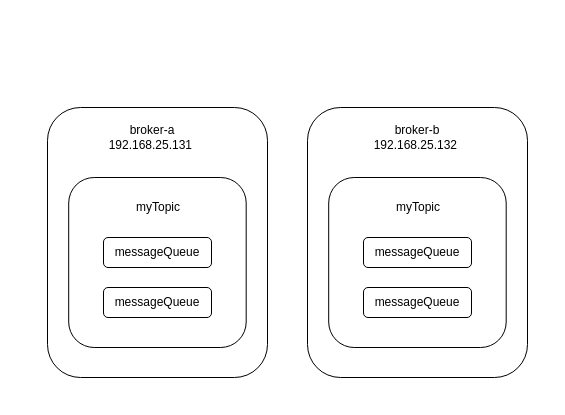
This is rocketmq/nameserver存储路由信息.drawio from erlieStar/diagrams, a draw.io file, before an edit. Source tidied: cells renumbered, new cells numbered last; positions are measured from the earlier drawing's top-left corner, leaving out a move shared by most shapes. Both pictures are drawn from the tidied source at 100%, with x=0, y=0 at pixel (47, 107).
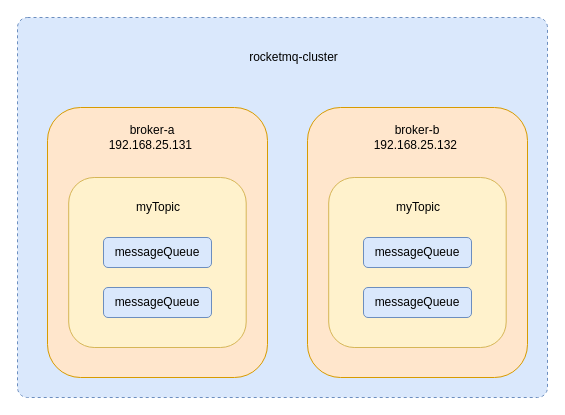
Above is the later version.

Commit message:
Update nameserver存储路由信息.drawio

Change to the diagram source:
```diff
@@
 <mxGraphModel>
   <root>
     <mxCell id="0" />
     <mxCell id="1" parent="0" />
+    <mxCell id="14" style="html=1;align=center;verticalAlign=top;rounded=1;absoluteArcSize=1;arcSize=20;dashed=1;fillColor=#dae8fc;strokeColor=#6c8ebf;" parent="1" vertex="1">
+      <mxGeometry x="-30" y="-90" width="530" height="380" as="geometry" />
+    </mxCell>
-    <mxCell id="2" style="rounded=1;whiteSpace=wrap;html=1;" parent="1" vertex="1">
+    <mxCell id="2" style="rounded=1;whiteSpace=wrap;html=1;fillColor=#ffe6cc;strokeColor=#d79b00;" parent="1" vertex="1">
       <mxGeometry width="220" height="270" as="geometry" />
     </mxCell>
     <mxCell id="3" value="broker-a&lt;br&gt;192.168.25.131&amp;nbsp;" style="text;html=1;strokeColor=none;fillColor=none;align=center;verticalAlign=middle;whiteSpace=wrap;rounded=0;" parent="1" vertex="1">
       <mxGeometry x="62" y="20" width="86" height="20" as="geometry" />
     </mxCell>
-    <mxCell id="4" style="rounded=1;whiteSpace=wrap;html=1;" parent="1" vertex="1">
+    <mxCell id="4" style="rounded=1;whiteSpace=wrap;html=1;fillColor=#fff2cc;strokeColor=#d6b656;" parent="1" vertex="1">
       <mxGeometry x="21.2" y="70" width="177.5" height="170" as="geometry" />
     </mxCell>
-    <mxCell id="5" value="messageQueue" style="rounded=1;whiteSpace=wrap;html=1;" parent="1" vertex="1">
+    <mxCell id="5" value="messageQueue" style="rounded=1;whiteSpace=wrap;html=1;fillColor=#dae8fc;strokeColor=#6c8ebf;" parent="1" vertex="1">
       <mxGeometry x="56" y="130" width="108" height="30" as="geometry" />
     </mxCell>
-    <mxCell id="6" value="messageQueue" style="rounded=1;whiteSpace=wrap;html=1;" parent="1" vertex="1">
+    <mxCell id="6" value="messageQueue" style="rounded=1;whiteSpace=wrap;html=1;fillColor=#dae8fc;strokeColor=#6c8ebf;" parent="1" vertex="1">
       <mxGeometry x="56" y="180" width="108" height="30" as="geometry" />
     </mxCell>
     <mxCell id="7" value="myTopic" style="text;html=1;strokeColor=none;fillColor=none;align=center;verticalAlign=middle;whiteSpace=wrap;rounded=0;" parent="1" vertex="1">
       <mxGeometry x="91.2" y="90" width="40" height="20" as="geometry" />
     </mxCell>
-    <mxCell id="8" style="rounded=1;whiteSpace=wrap;html=1;" parent="1" vertex="1">
+    <mxCell id="8" style="rounded=1;whiteSpace=wrap;html=1;fillColor=#ffe6cc;strokeColor=#d79b00;" parent="1" vertex="1">
       <mxGeometry x="260" width="220" height="270" as="geometry" />
     </mxCell>
     <mxCell id="9" value="broker-b&lt;br&gt;192.168.25.132&amp;nbsp;" style="text;html=1;strokeColor=none;fillColor=none;align=center;verticalAlign=middle;whiteSpace=wrap;rounded=0;" parent="1" vertex="1">
       <mxGeometry x="327" y="20" width="86" height="20" as="geometry" />
     </mxCell>
-    <mxCell id="10" style="rounded=1;whiteSpace=wrap;html=1;" parent="1" vertex="1">
+    <mxCell id="10" style="rounded=1;whiteSpace=wrap;html=1;fillColor=#fff2cc;strokeColor=#d6b656;" parent="1" vertex="1">
       <mxGeometry x="281.2" y="70" width="177.5" height="170" as="geometry" />
     </mxCell>
-    <mxCell id="11" value="messageQueue" style="rounded=1;whiteSpace=wrap;html=1;" parent="1" vertex="1">
+    <mxCell id="11" value="messageQueue" style="rounded=1;whiteSpace=wrap;html=1;fillColor=#dae8fc;strokeColor=#6c8ebf;" parent="1" vertex="1">
       <mxGeometry x="316" y="130" width="108" height="30" as="geometry" />
     </mxCell>
-    <mxCell id="12" value="messageQueue" style="rounded=1;whiteSpace=wrap;html=1;" parent="1" vertex="1">
+    <mxCell id="12" value="messageQueue" style="rounded=1;whiteSpace=wrap;html=1;fillColor=#dae8fc;strokeColor=#6c8ebf;" parent="1" vertex="1">
       <mxGeometry x="316" y="180" width="108" height="30" as="geometry" />
     </mxCell>
     <mxCell id="13" value="myTopic" style="text;html=1;strokeColor=none;fillColor=none;align=center;verticalAlign=middle;whiteSpace=wrap;rounded=0;" parent="1" vertex="1">
       <mxGeometry x="351.2" y="90" width="40" height="20" as="geometry" />
     </mxCell>
+    <mxCell id="15" value="rocketmq-cluster" style="text;html=1;strokeColor=none;fillColor=none;align=center;verticalAlign=middle;whiteSpace=wrap;rounded=0;" parent="1" vertex="1">
+      <mxGeometry x="179" y="-60" width="135" height="20" as="geometry" />
+    </mxCell>
   </root>
 </mxGraphModel>
```
